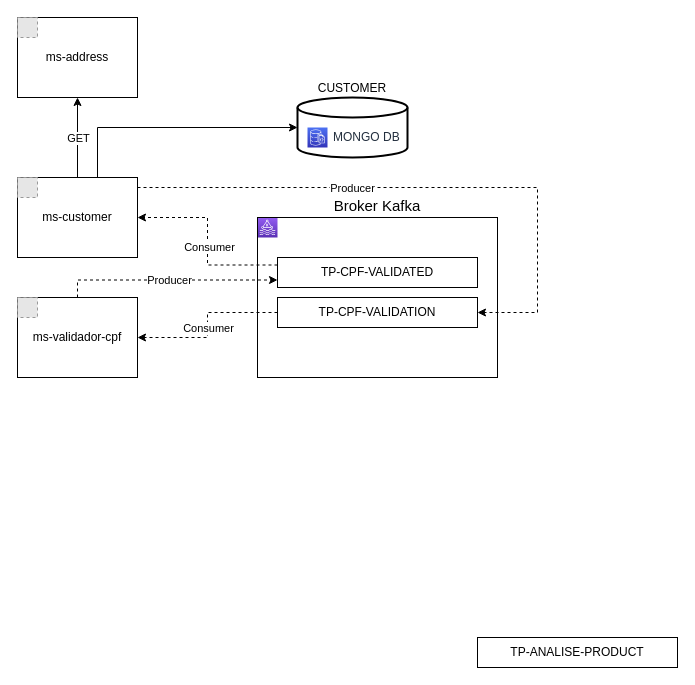
Before: arch/arch.drawio in sironAzevedo/formalizacao-digital-service, a draw.io diagram. Source tidied: cells renumbered, new cells numbered last; positions are measured from the earlier drawing's top-left corner, leaving out a move shared by most shapes. Both pictures are drawn from the tidied source at 100%, with x=0, y=0 at pixel (17, 17). Pictures stored in the file or linked from it are replaced by grey dashed boxes.
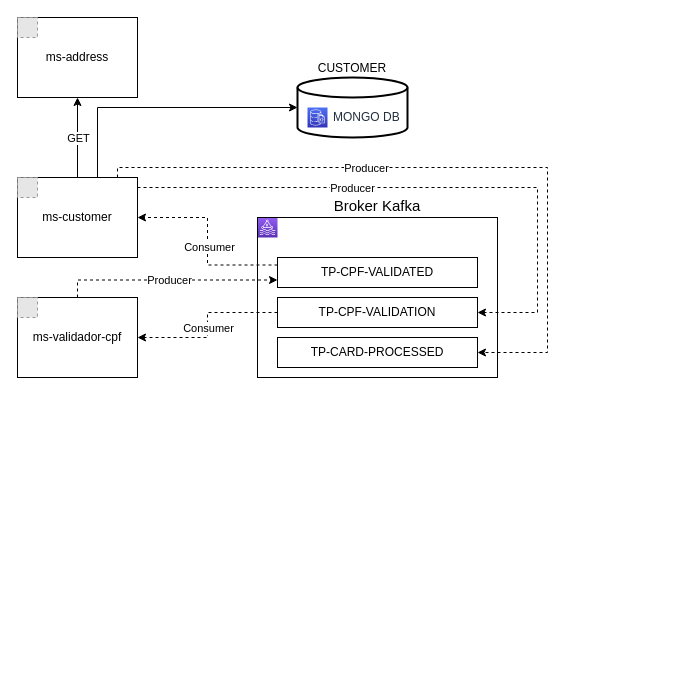
The same diagram, later.

The change refers to these unchanged cells:
```xml
<mxCell id="11" value="ms-customer" style="rounded=0;whiteSpace=wrap;html=1;" parent="1" vertex="1">
  <mxGeometry y="160" width="120" height="80" as="geometry" />
</mxCell>
```

What changed in the source:
```diff
@@
     <mxCell id="2" value="CUSTOMER" style="strokeWidth=2;html=1;shape=mxgraph.flowchart.database;whiteSpace=wrap;verticalAlign=bottom;labelPosition=center;verticalLabelPosition=top;align=center;" parent="1" vertex="1">
-      <mxGeometry x="280" y="80" width="110" height="60" as="geometry" />
+      <mxGeometry x="280" y="60" width="110" height="60" as="geometry" />
     </mxCell>
@@
     <mxCell id="8" style="edgeStyle=orthogonalEdgeStyle;rounded=0;jettySize=auto;html=1;entryX=0;entryY=0.5;entryDx=0;entryDy=0;entryPerimeter=0;" parent="1" edge="1" source="11" target="2">
       <mxGeometry relative="1" as="geometry">
         <Array as="points">
-          <mxPoint x="80" y="110" />
+          <mxPoint x="80" y="90" />
+          <mxPoint x="280" y="90" />
         </Array>
       </mxGeometry>
     </mxCell>
@@
+    <mxCell id="26" style="edgeStyle=orthogonalEdgeStyle;rounded=0;jettySize=auto;html=1;entryX=1;entryY=0.5;entryDx=0;entryDy=0;dashed=1;" parent="1" edge="1" source="11" target="25">
+      <mxGeometry relative="1" as="geometry">
+        <Array as="points">
+          <mxPoint x="100" y="150" />
+          <mxPoint x="530" y="150" />
+          <mxPoint x="530" y="335" />
+        </Array>
+      </mxGeometry>
+    </mxCell>
+    <mxCell id="27" value="Producer" style="edgeLabel;html=1;align=center;verticalAlign=middle;" parent="26" vertex="1">
+      <mxGeometry x="-0.27" y="2" relative="1" as="geometry">
+        <mxPoint x="4" y="2" as="offset" />
+      </mxGeometry>
+    </mxCell>
@@
     <mxCell id="19" value="MONGO DB" style="sketch=0;fontColor=#232F3E;gradientColor=#4D72F3;gradientDirection=north;fillColor=#3334B9;strokeColor=#ffffff;dashed=0;verticalLabelPosition=middle;verticalAlign=middle;align=left;html=1;fontSize=12;fontStyle=0;shape=mxgraph.aws4.resourceIcon;resIcon=mxgraph.aws4.documentdb_with_mongodb_compatibility;labelPosition=right;spacingRight=0;spacingLeft=4;" parent="1" vertex="1">
-      <mxGeometry x="290" y="110" width="20" height="20" as="geometry" />
+      <mxGeometry x="290" y="90" width="20" height="20" as="geometry" />
     </mxCell>
@@
-    <mxCell id="25" value="TP-ANALISE-PRODUCT" style="rounded=0;whiteSpace=wrap;html=1;" parent="1" vertex="1">
-      <mxGeometry x="460" y="620" width="200" height="30" as="geometry" />
+    <mxCell id="25" value="TP-CARD-PROCESSED" style="rounded=0;whiteSpace=wrap;html=1;" parent="1" vertex="1">
+      <mxGeometry x="260" y="320" width="200" height="30" as="geometry" />
     </mxCell>
```
